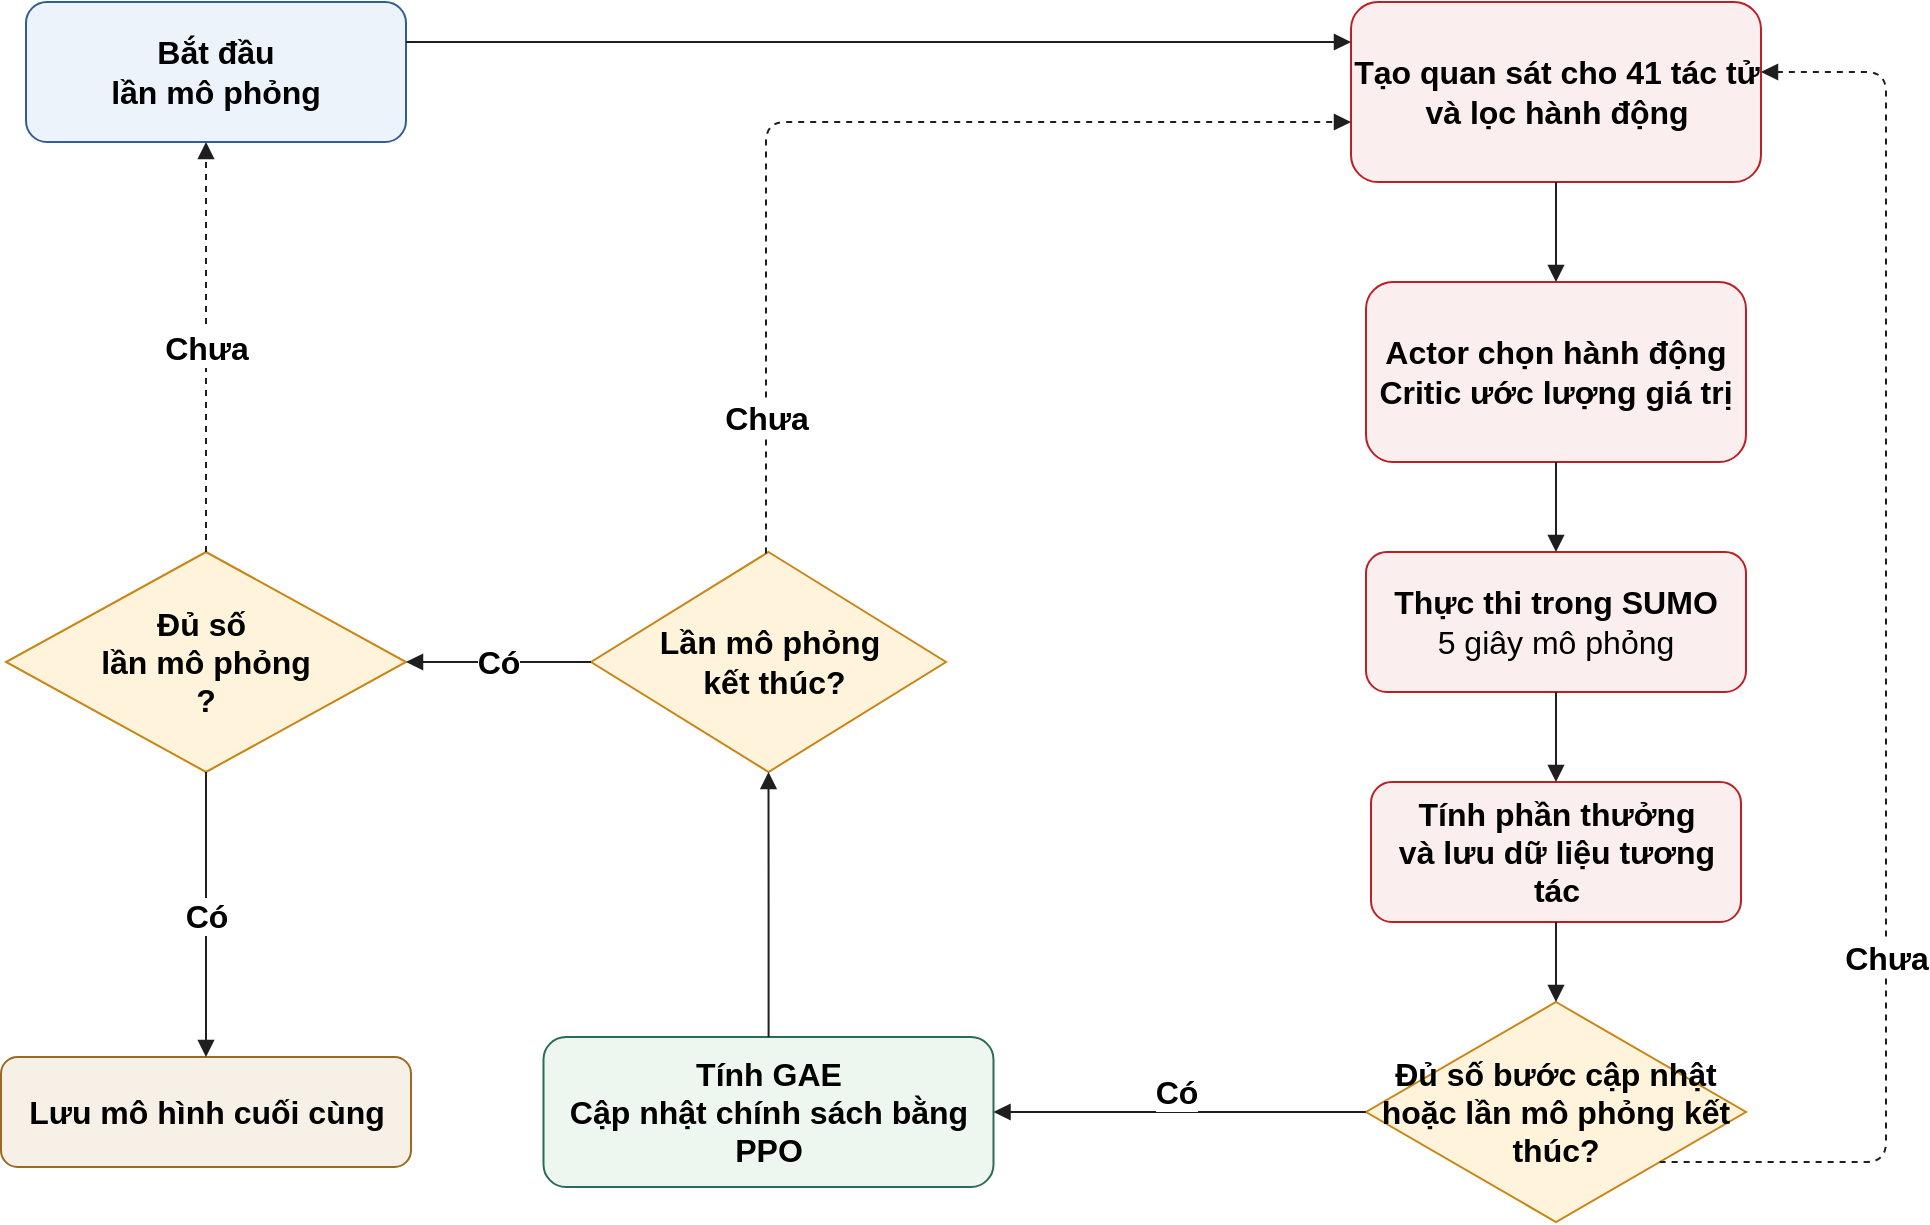
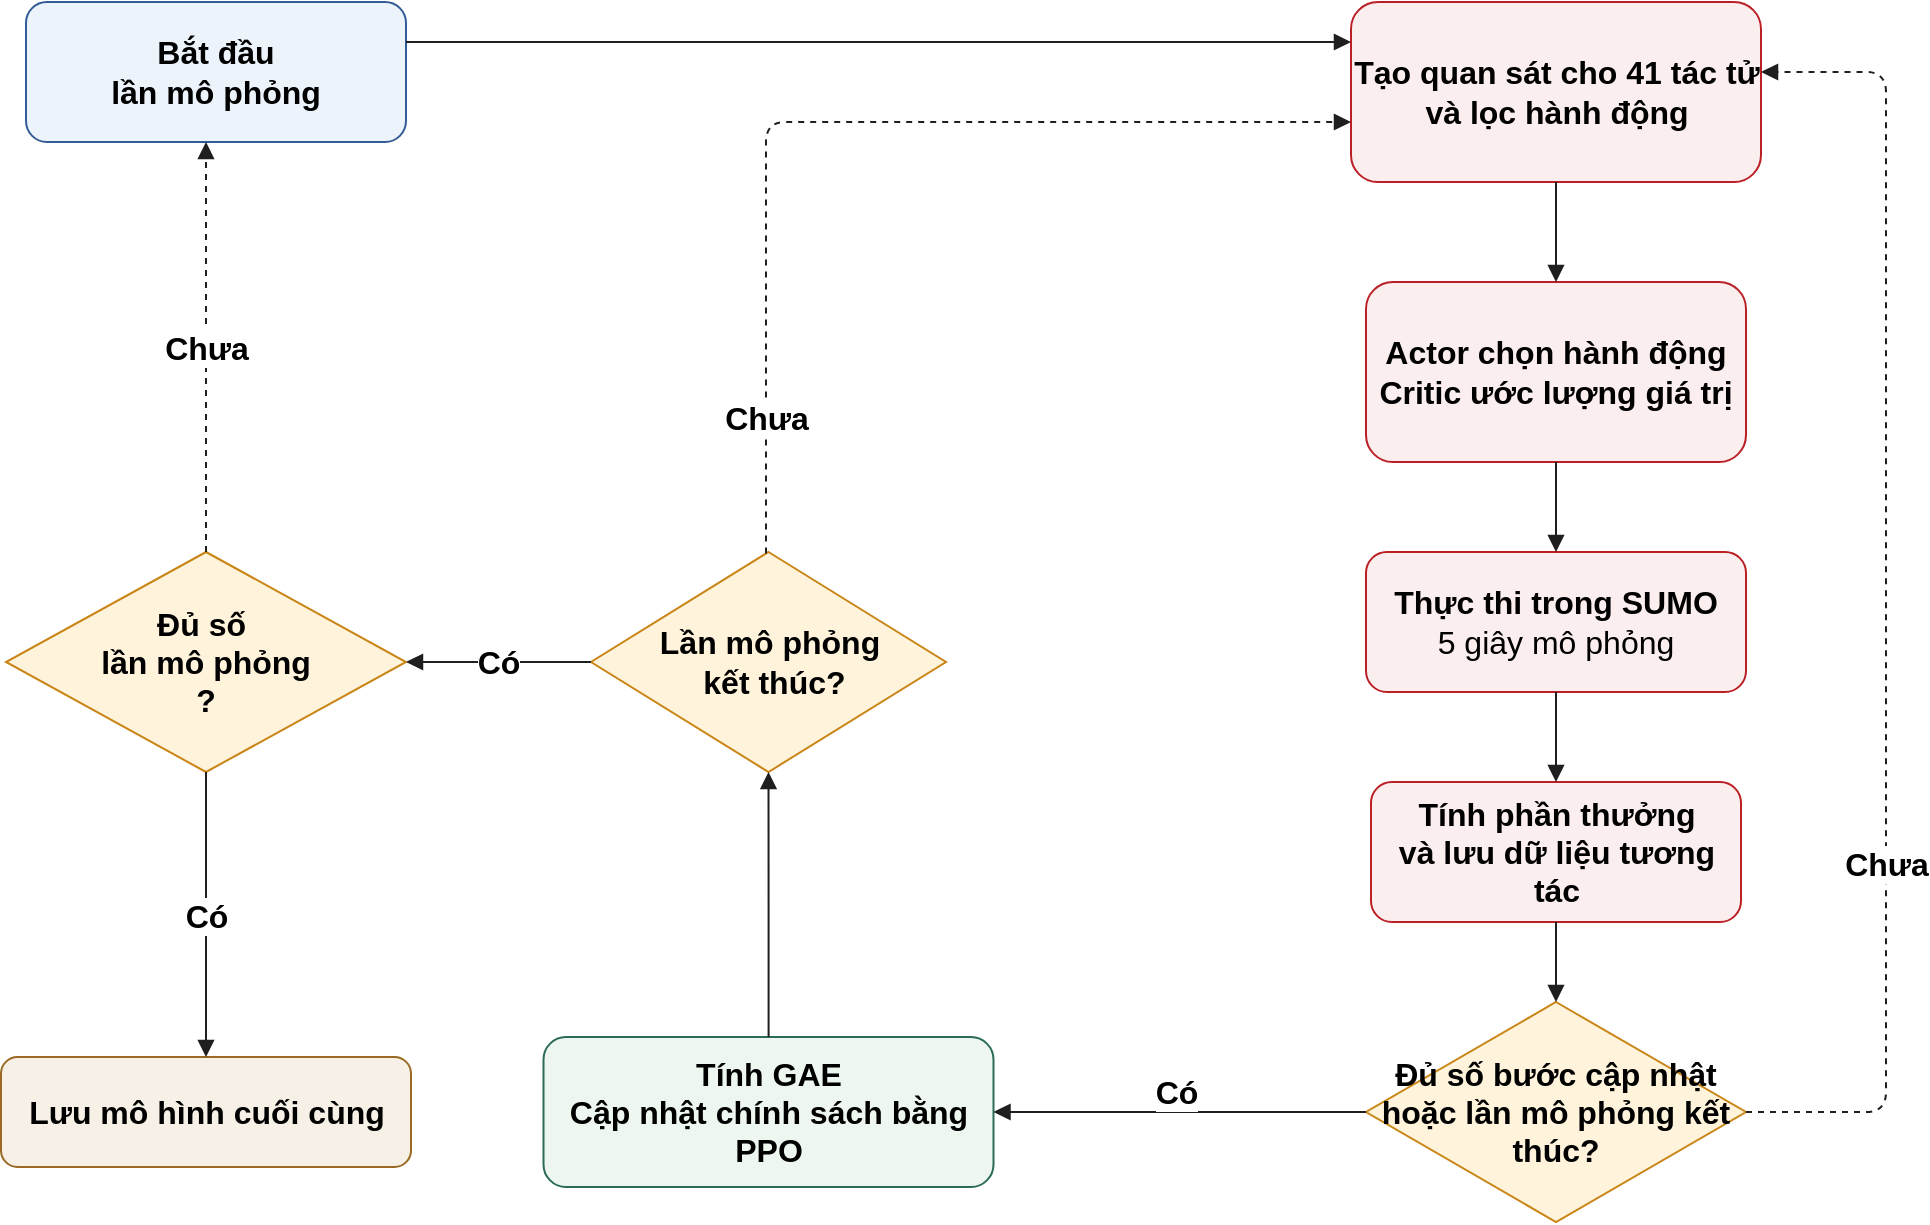
<mxfile host="Electron" agent="Codex">
  <diagram id="training-from-pseudocode" name="Vòng lặp huấn luyện">
    <mxGraphModel dx="1414" dy="851" grid="1" gridSize="10" guides="1" tooltips="1" connect="1" arrows="1" fold="1" page="1" pageScale="1" pageWidth="1800" pageHeight="1000" math="0" shadow="0">
      <root>
        <mxCell id="0" />
        <mxCell id="1" parent="0" />
        <mxCell id="episodeStart" parent="1" style="rounded=1;whiteSpace=wrap;html=1;fillColor=#edf3fb;strokeColor=#315d96;fontSize=16;align=center;verticalAlign=middle;strokeWidth=1;" value="&lt;b&gt;Bắt đầu&lt;/b&gt;&lt;div&gt;&lt;b&gt;lần mô phỏng&lt;/b&gt;&lt;/div&gt;" vertex="1">
          <mxGeometry height="70" width="190" x="70" y="220" as="geometry" />
        </mxCell>
        <mxCell id="observation" parent="1" style="rounded=1;whiteSpace=wrap;html=1;fillColor=#fbeeee;strokeColor=#bb2025;fontSize=16;align=center;verticalAlign=middle;strokeWidth=1;" value="&lt;div&gt;&lt;b&gt;Tạo quan sát cho 41 tác tử&lt;/b&gt;&lt;/div&gt;&lt;div&gt;&lt;b&gt;và lọc hành động&lt;/b&gt;&lt;/div&gt;" vertex="1">
          <mxGeometry height="90" width="205" x="732.5" y="220" as="geometry" />
        </mxCell>
        <mxCell id="actorCritic" parent="1" style="rounded=1;whiteSpace=wrap;html=1;fillColor=#fbeeee;strokeColor=#bb2025;fontSize=16;align=center;verticalAlign=middle;strokeWidth=1;" value="&lt;div&gt;&lt;b&gt;Actor chọn hành động&lt;/b&gt;&lt;/div&gt;&lt;div&gt;&lt;b&gt;Critic ước lượng giá trị&lt;/b&gt;&lt;/div&gt;" vertex="1">
          <mxGeometry height="90" width="190" x="740" y="360" as="geometry" />
        </mxCell>
        <mxCell id="sumo" parent="1" style="rounded=1;whiteSpace=wrap;html=1;fillColor=#fbeeee;strokeColor=#bb2025;fontSize=16;align=center;verticalAlign=middle;strokeWidth=1;" value="&lt;b&gt;Thực thi trong SUMO&lt;/b&gt;&lt;br&gt;5 giây mô phỏng" vertex="1">
          <mxGeometry height="70" width="190" x="740" y="495" as="geometry" />
        </mxCell>
        <mxCell id="reward" parent="1" style="rounded=1;whiteSpace=wrap;html=1;fillColor=#fbeeee;strokeColor=#bb2025;fontSize=16;align=center;verticalAlign=middle;strokeWidth=1;" value="&lt;div&gt;&lt;b&gt;Tính phần thưởng&lt;/b&gt;&lt;/div&gt;&lt;div&gt;&lt;b&gt;và lưu dữ liệu tương tác&lt;/b&gt;&lt;/div&gt;" vertex="1">
          <mxGeometry height="70" width="185" x="742.5" y="610" as="geometry" />
        </mxCell>
        <mxCell id="bufferDecision" parent="1" style="rhombus;whiteSpace=wrap;html=1;fillColor=#fff4db;strokeColor=#c98516;fontSize=16;align=center;verticalAlign=middle;strokeWidth=1;" value="&lt;div&gt;&lt;b&gt;Đủ số bước cập nhật&lt;/b&gt;&lt;/div&gt;&lt;div&gt;&lt;b&gt;hoặc lần mô phỏng kết thúc?&lt;/b&gt;&lt;/div&gt;" vertex="1">
          <mxGeometry height="110" width="190" x="740" y="720" as="geometry" />
        </mxCell>
        <mxCell id="update" parent="1" style="rounded=1;whiteSpace=wrap;html=1;fillColor=#edf7f0;strokeColor=#2c6b58;fontSize=16;align=center;verticalAlign=middle;fontStyle=1;strokeWidth=1;" value="Tính GAE&lt;br&gt;Cập nhật chính sách bằng PPO" vertex="1">
          <mxGeometry height="75" width="225" x="328.75" y="737.5" as="geometry" />
        </mxCell>
        <mxCell id="doneDecision" parent="1" style="rhombus;whiteSpace=wrap;html=1;fillColor=#fff4db;strokeColor=#c98516;fontSize=16;align=center;verticalAlign=middle;strokeWidth=1;" value="&lt;b&gt;Lần mô phỏng&lt;/b&gt;&lt;div&gt;&lt;b&gt;&amp;nbsp;kết thúc?&lt;/b&gt;&lt;/div&gt;" vertex="1">
          <mxGeometry height="110" width="177.5" x="352.5" y="495" as="geometry" />
        </mxCell>
        <mxCell id="countDecision" parent="1" style="rhombus;whiteSpace=wrap;html=1;fillColor=#fff4db;strokeColor=#c98516;fontSize=16;align=center;verticalAlign=middle;strokeWidth=1;" value="&lt;b&gt;Đủ số&amp;nbsp;&lt;/b&gt;&lt;div&gt;&lt;b&gt;lần mô phỏng&lt;/b&gt;&lt;div&gt;&lt;b&gt;?&lt;/b&gt;&lt;/div&gt;&lt;/div&gt;" vertex="1">
          <mxGeometry height="110" width="200" x="60" y="495" as="geometry" />
        </mxCell>
        <mxCell id="final" parent="1" style="rounded=1;whiteSpace=wrap;html=1;fillColor=#f6f0e6;strokeColor=#9a6a22;fontSize=16;align=center;verticalAlign=middle;strokeWidth=1;" value="&lt;b&gt;Lưu mô hình cuối cùng&lt;/b&gt;" vertex="1">
          <mxGeometry height="55" width="205" x="57.5" y="747.5" as="geometry" />
        </mxCell>
        <mxCell id="e1" edge="1" parent="1" source="episodeStart" style="edgeStyle=orthogonalEdgeStyle;rounded=0;orthogonalLoop=1;jettySize=auto;html=1;endArrow=block;endFill=1;strokeWidth=1;strokeColor=light-dark(#1f1f1f, #ff989d);fontSize=16;" target="observation">
          <mxGeometry relative="1" as="geometry">
            <Array as="points">
              <mxPoint x="490" y="240" />
              <mxPoint x="490" y="240" />
            </Array>
          </mxGeometry>
        </mxCell>
        <mxCell id="e2" edge="1" parent="1" source="observation" style="edgeStyle=orthogonalEdgeStyle;rounded=0;orthogonalLoop=1;jettySize=auto;html=1;endArrow=block;endFill=1;strokeWidth=1;strokeColor=light-dark(#1f1f1f, #ff989d);fontSize=16;" target="actorCritic">
          <mxGeometry relative="1" as="geometry" />
        </mxCell>
        <mxCell id="e3" edge="1" parent="1" source="actorCritic" style="edgeStyle=orthogonalEdgeStyle;rounded=0;orthogonalLoop=1;jettySize=auto;html=1;endArrow=block;endFill=1;strokeWidth=1;strokeColor=light-dark(#1f1f1f, #ff989d);fontSize=16;" target="sumo">
          <mxGeometry relative="1" as="geometry" />
        </mxCell>
        <mxCell id="e4" edge="1" parent="1" source="sumo" style="edgeStyle=orthogonalEdgeStyle;rounded=0;orthogonalLoop=1;jettySize=auto;html=1;endArrow=block;endFill=1;strokeWidth=1;strokeColor=light-dark(#1f1f1f, #ff989d);fontSize=16;" target="reward">
          <mxGeometry relative="1" as="geometry" />
        </mxCell>
        <mxCell id="e5" edge="1" parent="1" source="reward" style="edgeStyle=orthogonalEdgeStyle;rounded=0;orthogonalLoop=1;jettySize=auto;html=1;endArrow=block;endFill=1;strokeWidth=1;strokeColor=light-dark(#1f1f1f, #ff989d);fontSize=16;" target="bufferDecision">
          <mxGeometry relative="1" as="geometry" />
        </mxCell>
        <mxCell id="e6" edge="1" parent="1" source="bufferDecision" style="edgeStyle=orthogonalEdgeStyle;rounded=0;orthogonalLoop=1;jettySize=auto;html=1;endArrow=block;endFill=1;strokeWidth=1;strokeColor=light-dark(#1f1f1f, #ff989d);fontSize=16;fontStyle=1;labelBackgroundColor=#ffffff;" target="update" value="Có">
          <mxGeometry relative="1" x="0.0275" y="-10" as="geometry">
            <mxPoint as="offset" />
            <Array as="points">
              <mxPoint x="510" y="775" />
            </Array>
          </mxGeometry>
        </mxCell>
        <mxCell id="e7" edge="1" parent="1" source="bufferDecision" style="edgeStyle=orthogonalEdgeStyle;rounded=1;orthogonalLoop=1;jettySize=auto;html=1;endArrow=block;endFill=1;strokeWidth=1;strokeColor=light-dark(#1f1f1f, #ff989d);dashed=1;fontSize=16;fontStyle=1;labelBackgroundColor=#ffffff;" target="observation" value="Chưa">
          <mxGeometry relative="1" x="-0.4038" as="geometry">
            <mxPoint as="offset" />
            <Array as="points">
-               <mxPoint x="1000" y="800" />
+               <mxPoint x="1000" y="775" />
              <mxPoint x="1000" y="255" />
            </Array>
          </mxGeometry>
        </mxCell>
        <mxCell id="e8" edge="1" parent="1" source="update" style="edgeStyle=orthogonalEdgeStyle;rounded=0;orthogonalLoop=1;jettySize=auto;html=1;endArrow=block;endFill=1;strokeWidth=1;strokeColor=light-dark(#1f1f1f, #ff989d);fontSize=16;" target="doneDecision">
          <mxGeometry relative="1" as="geometry" />
        </mxCell>
        <mxCell id="e9" edge="1" parent="1" source="doneDecision" style="edgeStyle=orthogonalEdgeStyle;rounded=1;orthogonalLoop=1;jettySize=auto;html=1;endArrow=block;endFill=1;strokeWidth=1;strokeColor=light-dark(#1f1f1f, #ff989d);fontSize=16;fontStyle=1;labelBackgroundColor=#ffffff;dashed=1;" target="observation" value="Chưa">
          <mxGeometry relative="1" x="-0.7333" as="geometry">
            <mxPoint as="offset" />
            <Array as="points">
              <mxPoint x="440" y="280" />
            </Array>
          </mxGeometry>
        </mxCell>
        <mxCell id="e10" edge="1" parent="1" source="doneDecision" style="edgeStyle=orthogonalEdgeStyle;rounded=0;orthogonalLoop=1;jettySize=auto;html=1;endArrow=block;endFill=1;strokeWidth=1;strokeColor=light-dark(#1f1f1f, #ff989d);fontSize=16;fontStyle=1;labelBackgroundColor=#ffffff;" target="countDecision" value="Có">
          <mxGeometry relative="1" as="geometry" />
        </mxCell>
        <mxCell id="e11" edge="1" parent="1" source="countDecision" style="edgeStyle=orthogonalEdgeStyle;rounded=1;orthogonalLoop=1;jettySize=auto;html=1;endArrow=block;endFill=1;strokeWidth=1;strokeColor=light-dark(#1f1f1f, #ff989d);dashed=1;fontSize=16;fontStyle=1;labelBackgroundColor=#ffffff;" target="episodeStart" value="Chưa">
          <mxGeometry relative="1" as="geometry">
            <Array as="points">
              <mxPoint x="160" y="530" />
              <mxPoint x="160" y="530" />
            </Array>
          </mxGeometry>
        </mxCell>
        <mxCell id="e12" edge="1" parent="1" source="countDecision" style="edgeStyle=orthogonalEdgeStyle;rounded=1;orthogonalLoop=1;jettySize=auto;html=1;endArrow=block;endFill=1;strokeWidth=1;strokeColor=light-dark(#1f1f1f, #ff989d);fontSize=16;fontStyle=1;labelBackgroundColor=#ffffff;" target="final" value="Có">
          <mxGeometry relative="1" as="geometry">
            <Array as="points">
              <mxPoint x="160" y="720" />
              <mxPoint x="160" y="720" />
            </Array>
          </mxGeometry>
        </mxCell>
      </root>
    </mxGraphModel>
  </diagram>
</mxfile>
